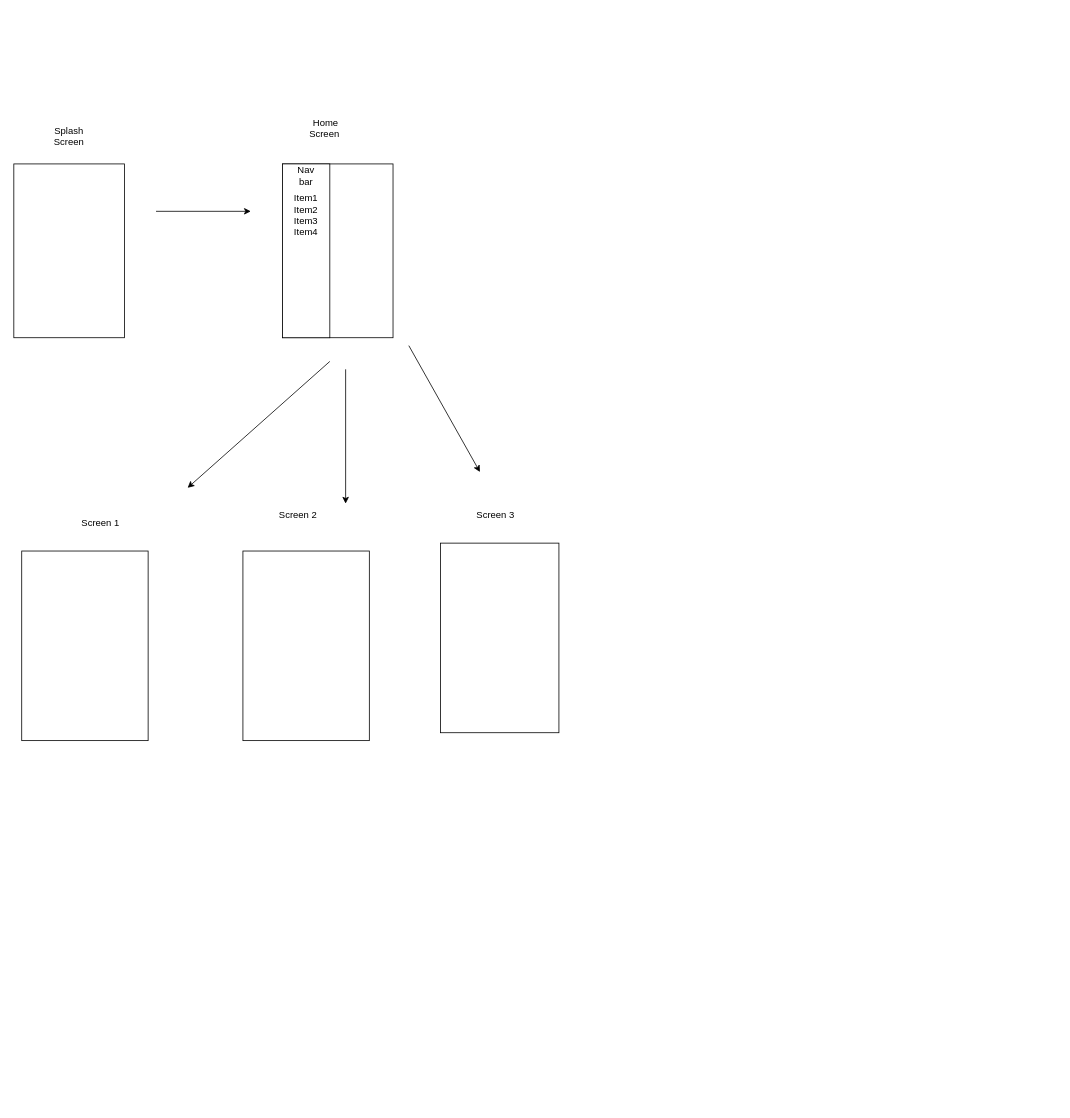
Ethan-Stander/OPSCIceTask1 keeps this draw.io diagram as Design.drawio. Above is the earlier version. Source tidied: cells renumbered, new cells numbered last; positions are measured from the earlier drawing's top-left corner, leaving out a move shared by most shapes. Both pictures are drawn from the tidied source at 79%, with x=0, y=0 at pixel (13, 116). Pictures stored in the file or linked from it are replaced by grey dashed boxes.
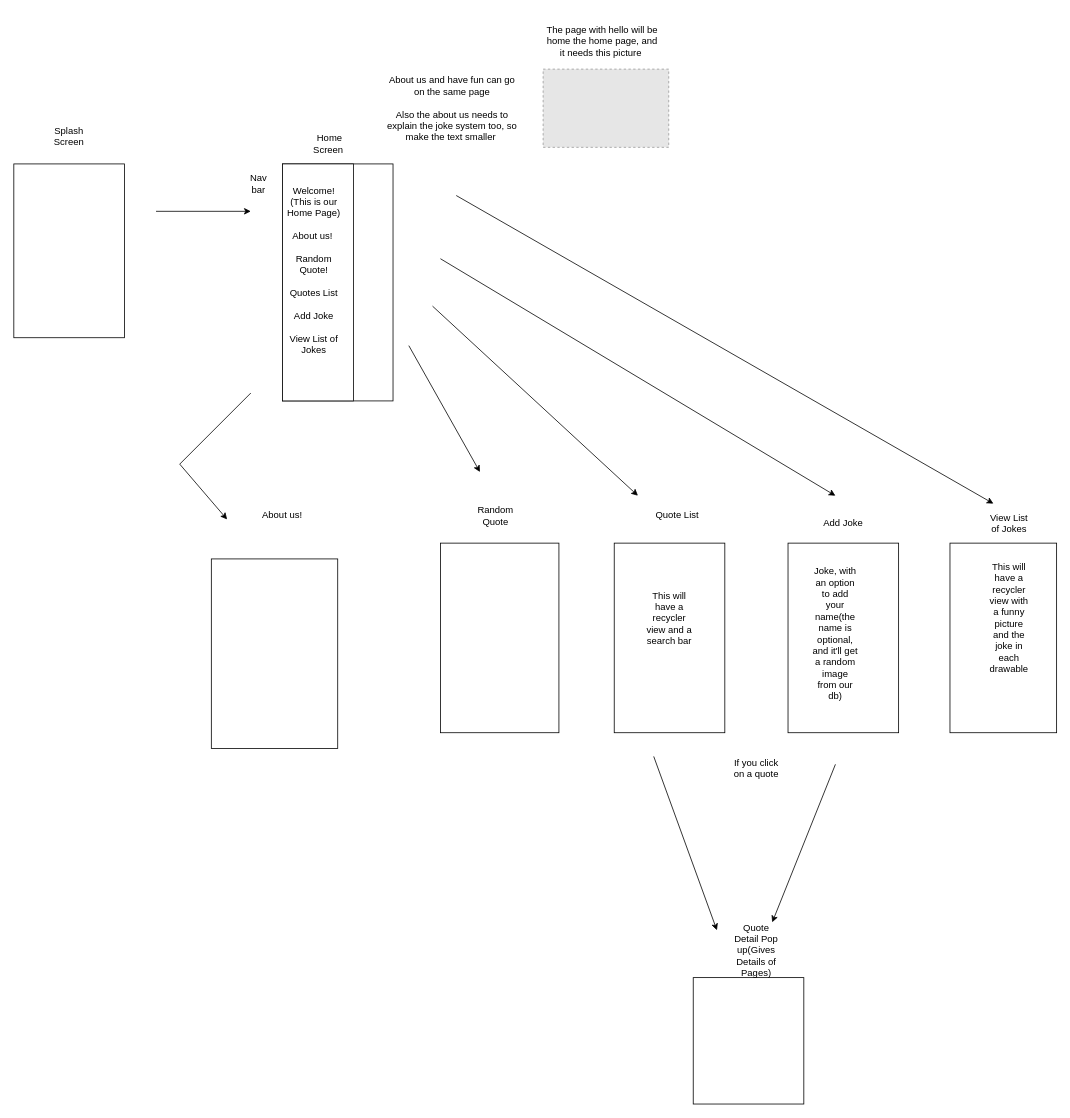
Above is the later version.

Diff of the diagram source:
```diff
@@
     <mxCell id="5" value="Home Screen&amp;nbsp;" style="text;html=1;strokeColor=none;fillColor=none;align=center;verticalAlign=middle;whiteSpace=wrap;rounded=0;" parent="1" vertex="1">
-      <mxGeometry x="365" width="60" height="30" as="geometry" />
+      <mxGeometry x="370" y="20" width="60" height="30" as="geometry" />
     </mxCell>
     <mxCell id="6" style="rounded=0;whiteSpace=wrap;html=1;" parent="1" vertex="1">
-      <mxGeometry x="340" y="60" width="140" height="220" as="geometry" />
+      <mxGeometry x="340" y="60" width="140" height="300" as="geometry" />
     </mxCell>
     <mxCell id="7" style="rounded=0;whiteSpace=wrap;html=1;" parent="1" vertex="1">
-      <mxGeometry x="340" y="60" width="60" height="220" as="geometry" />
+      <mxGeometry x="340" y="60" width="90" height="300" as="geometry" />
     </mxCell>
     <mxCell id="8" value="Nav&lt;br&gt;bar" style="text;html=1;strokeColor=none;fillColor=none;align=center;verticalAlign=middle;whiteSpace=wrap;rounded=0;" parent="1" vertex="1">
-      <mxGeometry x="340" y="60" width="60" height="30" as="geometry" />
+      <mxGeometry x="280" y="70" width="60" height="30" as="geometry" />
     </mxCell>
-    <mxCell id="9" value="Item1&lt;br&gt;Item2&lt;br&gt;Item3&lt;br&gt;Item4" style="text;html=1;strokeColor=none;fillColor=none;align=center;verticalAlign=middle;whiteSpace=wrap;rounded=0;" parent="1" vertex="1">
-      <mxGeometry x="340" y="110" width="60" height="30" as="geometry" />
+    <mxCell id="9" value="Welcome!(This is our Home Page)&lt;br&gt;&lt;br&gt;About us!&amp;nbsp;&lt;br&gt;&lt;br&gt;Random Quote!&lt;br&gt;&lt;br&gt;Quotes List&lt;br&gt;&lt;br&gt;Add Joke&lt;br&gt;&lt;br&gt;View List of Jokes" style="text;html=1;strokeColor=none;fillColor=none;align=center;verticalAlign=middle;whiteSpace=wrap;rounded=0;" parent="1" vertex="1">
+      <mxGeometry x="340" y="180" width="80" height="30" as="geometry" />
     </mxCell>
-    <mxCell id="10" style="endArrow=classic;html=1;rounded=0;" parent="1" edge="1">
-      <mxGeometry relative="1" as="geometry">
-        <mxPoint x="400" y="310" as="sourcePoint" />
-        <mxPoint x="220" y="470" as="targetPoint" />
-      </mxGeometry>
-    </mxCell>
     <mxCell id="11" style="rounded=0;whiteSpace=wrap;html=1;" parent="1" vertex="1">
-      <mxGeometry x="10" y="550" width="160" height="240" as="geometry" />
+      <mxGeometry x="250" y="560" width="160" height="240" as="geometry" />
     </mxCell>
-    <mxCell id="12" value="Screen 1" style="text;html=1;strokeColor=none;fillColor=none;align=center;verticalAlign=middle;whiteSpace=wrap;rounded=0;" parent="1" vertex="1">
-      <mxGeometry x="80" y="500" width="60" height="30" as="geometry" />
+    <mxCell id="12" value="About us!" style="text;html=1;strokeColor=none;fillColor=none;align=center;verticalAlign=middle;whiteSpace=wrap;rounded=0;" parent="1" vertex="1">
+      <mxGeometry x="310" y="490" width="60" height="30" as="geometry" />
     </mxCell>
-    <mxCell id="13" style="endArrow=classic;html=1;rounded=0;" parent="1" edge="1">
-      <mxGeometry relative="1" as="geometry">
-        <mxPoint x="420" y="320" as="sourcePoint" />
-        <mxPoint x="420" y="490" as="targetPoint" />
-      </mxGeometry>
-    </mxCell>
-    <mxCell id="14" style="rounded=0;whiteSpace=wrap;html=1;" parent="1" vertex="1">
-      <mxGeometry x="290" y="550" width="160" height="240" as="geometry" />
-    </mxCell>
-    <mxCell id="15" value="Screen 2" style="text;html=1;strokeColor=none;fillColor=none;align=center;verticalAlign=middle;whiteSpace=wrap;rounded=0;" parent="1" vertex="1">
-      <mxGeometry x="330" y="490" width="60" height="30" as="geometry" />
-    </mxCell>
-    <mxCell id="16" value="Screen 3" style="text;html=1;strokeColor=none;fillColor=none;align=center;verticalAlign=middle;whiteSpace=wrap;rounded=0;" parent="1" vertex="1">
+    <mxCell id="16" value="Random Quote" style="text;html=1;strokeColor=none;fillColor=none;align=center;verticalAlign=middle;whiteSpace=wrap;rounded=0;" parent="1" vertex="1">
       <mxGeometry x="580" y="490" width="60" height="30" as="geometry" />
     </mxCell>
@@
+    <mxCell id="19" style="rounded=0;whiteSpace=wrap;html=1;" parent="1" vertex="1">
+      <mxGeometry x="760" y="540" width="140" height="240" as="geometry" />
+    </mxCell>
+    <mxCell id="20" value="Quote List" style="text;html=1;strokeColor=none;fillColor=none;align=center;verticalAlign=middle;whiteSpace=wrap;rounded=0;" parent="1" vertex="1">
+      <mxGeometry x="810" y="490" width="60" height="30" as="geometry" />
+    </mxCell>
+    <mxCell id="21" style="endArrow=classic;html=1;rounded=0;" parent="1" edge="1">
+      <mxGeometry relative="1" as="geometry">
+        <mxPoint x="530" y="240" as="sourcePoint" />
+        <mxPoint x="790" y="480" as="targetPoint" />
+      </mxGeometry>
+    </mxCell>
+    <mxCell id="22" style="rounded=0;whiteSpace=wrap;html=1;" parent="1" vertex="1">
+      <mxGeometry x="980" y="540" width="140" height="240" as="geometry" />
+    </mxCell>
+    <mxCell id="23" value="Add Joke" style="text;html=1;strokeColor=none;fillColor=none;align=center;verticalAlign=middle;whiteSpace=wrap;rounded=0;" parent="1" vertex="1">
+      <mxGeometry x="1020" y="500" width="60" height="30" as="geometry" />
+    </mxCell>
+    <mxCell id="24" style="endArrow=classic;html=1;rounded=0;" parent="1" edge="1">
+      <mxGeometry relative="1" as="geometry">
+        <mxPoint x="540" y="180" as="sourcePoint" />
+        <mxPoint x="1040" y="480" as="targetPoint" />
+      </mxGeometry>
+    </mxCell>
+    <mxCell id="25" style="endArrow=classic;html=1;rounded=0;" parent="1" edge="1">
+      <mxGeometry relative="1" as="geometry">
+        <mxPoint x="560" y="100" as="sourcePoint" />
+        <mxPoint x="1240" y="490" as="targetPoint" />
+      </mxGeometry>
+    </mxCell>
+    <mxCell id="26" style="rounded=0;whiteSpace=wrap;html=1;" parent="1" vertex="1">
+      <mxGeometry x="1185" y="540" width="135" height="240" as="geometry" />
+    </mxCell>
+    <mxCell id="27" value="View List of Jokes" style="text;html=1;strokeColor=none;fillColor=none;align=center;verticalAlign=middle;whiteSpace=wrap;rounded=0;" parent="1" vertex="1">
+      <mxGeometry x="1230" y="500" width="60" height="30" as="geometry" />
+    </mxCell>
+    <mxCell id="28" value="If you click on a quote" style="text;html=1;strokeColor=none;fillColor=none;align=center;verticalAlign=middle;whiteSpace=wrap;rounded=0;" parent="1" vertex="1">
+      <mxGeometry x="910" y="810" width="60" height="30" as="geometry" />
+    </mxCell>
+    <mxCell id="29" style="endArrow=classic;html=1;rounded=0;" parent="1" edge="1">
+      <mxGeometry relative="1" as="geometry">
+        <mxPoint x="810" y="810" as="sourcePoint" />
+        <mxPoint x="890" y="1030" as="targetPoint" />
+      </mxGeometry>
+    </mxCell>
+    <mxCell id="30" style="endArrow=classic;html=1;rounded=0;" parent="1" edge="1">
+      <mxGeometry relative="1" as="geometry">
+        <mxPoint x="1040" y="820" as="sourcePoint" />
+        <mxPoint x="960" y="1020" as="targetPoint" />
+      </mxGeometry>
+    </mxCell>
+    <mxCell id="31" style="rounded=0;whiteSpace=wrap;html=1;" parent="1" vertex="1">
+      <mxGeometry x="860" y="1090" width="140" height="160" as="geometry" />
+    </mxCell>
+    <mxCell id="32" value="Quote Detail Pop up(Gives Details of Pages)" style="text;html=1;strokeColor=none;fillColor=none;align=center;verticalAlign=middle;whiteSpace=wrap;rounded=0;" parent="1" vertex="1">
+      <mxGeometry x="910" y="1040" width="60" height="30" as="geometry" />
+    </mxCell>
+    <mxCell id="33" value="This will have a recycler view and a search bar" style="text;html=1;strokeColor=none;fillColor=none;align=center;verticalAlign=middle;whiteSpace=wrap;rounded=0;" parent="1" vertex="1">
+      <mxGeometry x="800" y="620" width="60" height="30" as="geometry" />
+    </mxCell>
+    <mxCell id="34" value="This will have a recycler view with a funny picture and the joke in each drawable" style="text;html=1;strokeColor=none;fillColor=none;align=center;verticalAlign=middle;whiteSpace=wrap;rounded=0;" parent="1" vertex="1">
+      <mxGeometry x="1230" y="585" width="60" height="100" as="geometry" />
+    </mxCell>
+    <mxCell id="35" value="Joke, with an option to add your name(the name is optional, and it'll get a random image from our db)" style="text;html=1;strokeColor=none;fillColor=none;align=center;verticalAlign=middle;whiteSpace=wrap;rounded=0;" parent="1" vertex="1">
+      <mxGeometry x="1010" y="640" width="60" height="30" as="geometry" />
+    </mxCell>
+    <mxCell id="36" style="edgeStyle=orthogonalEdgeStyle;rounded=0;orthogonalLoop=1;jettySize=auto;html=1;exitX=0.5;exitY=1;exitDx=0;exitDy=0;" parent="1" edge="1" source="9" target="9">
+      <mxGeometry relative="1" as="geometry" />
+    </mxCell>
+    <mxCell id="37" value="About us and have fun can go on the same page&lt;br&gt;&lt;br&gt;Also the about us needs to explain the joke system too, so make the text smaller&amp;nbsp;" style="text;html=1;strokeColor=none;fillColor=none;align=center;verticalAlign=middle;whiteSpace=wrap;rounded=0;" parent="1" vertex="1">
+      <mxGeometry x="470" y="-60" width="170" height="100" as="geometry" />
+    </mxCell>
+    <mxCell id="38" value="The page with hello will be home the home page, and it needs this picture&amp;nbsp;" style="text;html=1;strokeColor=none;fillColor=none;align=center;verticalAlign=middle;whiteSpace=wrap;rounded=0;" parent="1" vertex="1">
+      <mxGeometry x="670" y="-130" width="150" height="70" as="geometry" />
+    </mxCell>
+    <mxCell id="39" style="fillColor=#E6E6E6;strokeColor=#999999;dashed=1;verticalLabelPosition=bottom;labelBackgroundColor=default;verticalAlign=top;" parent="1" vertex="1">
+      <mxGeometry x="670" y="-60" width="159" height="99" as="geometry" />
+    </mxCell>
+    <mxCell id="40" style="endArrow=classic;html=1;rounded=0;" parent="1" edge="1">
+      <mxGeometry relative="1" as="geometry">
+        <mxPoint x="300" y="350" as="sourcePoint" />
+        <mxPoint x="270" y="510" as="targetPoint" />
+        <Array as="points">
+          <mxPoint x="210" y="440" />
+        </Array>
+      </mxGeometry>
+    </mxCell>
```
